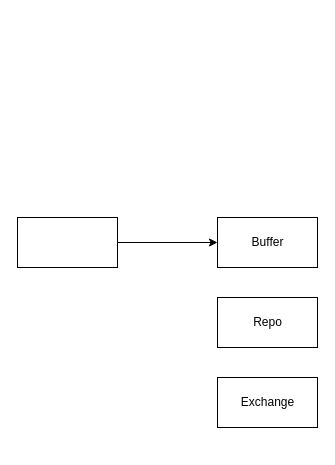
This is page "Provider" (2 of 2) of flow.drawio from crystalphi/rustrade, a draw.io file, before an edit. Source tidied: cells renumbered, new cells numbered last; positions are measured from the earlier drawing's top-left corner, leaving out a move shared by most shapes. Both pictures are drawn from the tidied source at 100%, with x=0, y=0 at pixel (17, 217).
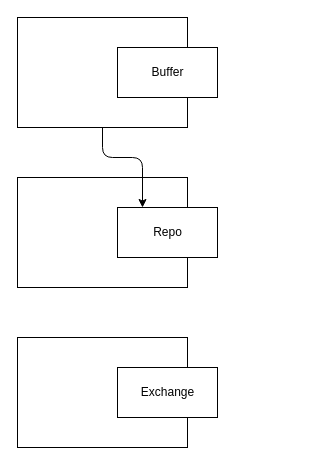
Above is the later version.

The edit, as a diff of the source:
```diff
@@
 <mxGraphModel>
   <root>
     <mxCell id="0" />
     <mxCell id="1" parent="0" />
+    <mxCell id="6" style="html=1;dashed=0;whitespace=wrap;" parent="1" vertex="1">
+      <mxGeometry y="-200" width="170" height="110" as="geometry" />
+    </mxCell>
     <mxCell id="2" value="Buffer" style="html=1;dashed=0;whitespace=wrap;" parent="1" vertex="1">
-      <mxGeometry x="200" width="100" height="50" as="geometry" />
+      <mxGeometry x="100" y="-170" width="100" height="50" as="geometry" />
     </mxCell>
+    <mxCell id="7" style="html=1;dashed=0;whitespace=wrap;" parent="1" vertex="1">
+      <mxGeometry y="-40" width="170" height="110" as="geometry" />
+    </mxCell>
     <mxCell id="3" value="Repo" style="html=1;dashed=0;whitespace=wrap;" parent="1" vertex="1">
-      <mxGeometry x="200" y="80" width="100" height="50" as="geometry" />
+      <mxGeometry x="100" y="-10" width="100" height="50" as="geometry" />
     </mxCell>
+    <mxCell id="8" style="html=1;dashed=0;whitespace=wrap;" parent="1" vertex="1">
+      <mxGeometry y="120" width="170" height="110" as="geometry" />
+    </mxCell>
     <mxCell id="4" value="Exchange" style="html=1;dashed=0;whitespace=wrap;" parent="1" vertex="1">
-      <mxGeometry x="200" y="160" width="100" height="50" as="geometry" />
+      <mxGeometry x="100" y="150" width="100" height="50" as="geometry" />
     </mxCell>
-    <mxCell id="5" style="edgeStyle=orthogonalEdgeStyle;rounded=0;jettySize=auto;html=1;entryX=0;entryY=0.5;entryDx=0;entryDy=0;" parent="1" edge="1" source="6" target="2">
-      <mxGeometry relative="1" as="geometry" />
-    </mxCell>
-    <mxCell id="6" style="html=1;dashed=0;whitespace=wrap;" parent="1" vertex="1">
-      <mxGeometry width="100" height="50" as="geometry" />
-    </mxCell>
+    <mxCell id="9" style="edgeStyle=segmentEdgeStyle;endArrow=classic;html=1;exitX=0.5;exitY=1;exitDx=0;exitDy=0;entryX=0.25;entryY=0;entryDx=0;entryDy=0;" parent="1" edge="1" source="6" target="3">
+      <mxGeometry relative="1" as="geometry">
+        <Array as="points">
+          <mxPoint x="85" y="-60" />
+          <mxPoint x="125" y="-60" />
+        </Array>
+      </mxGeometry>
+    </mxCell>
   </root>
 </mxGraphModel>
```
